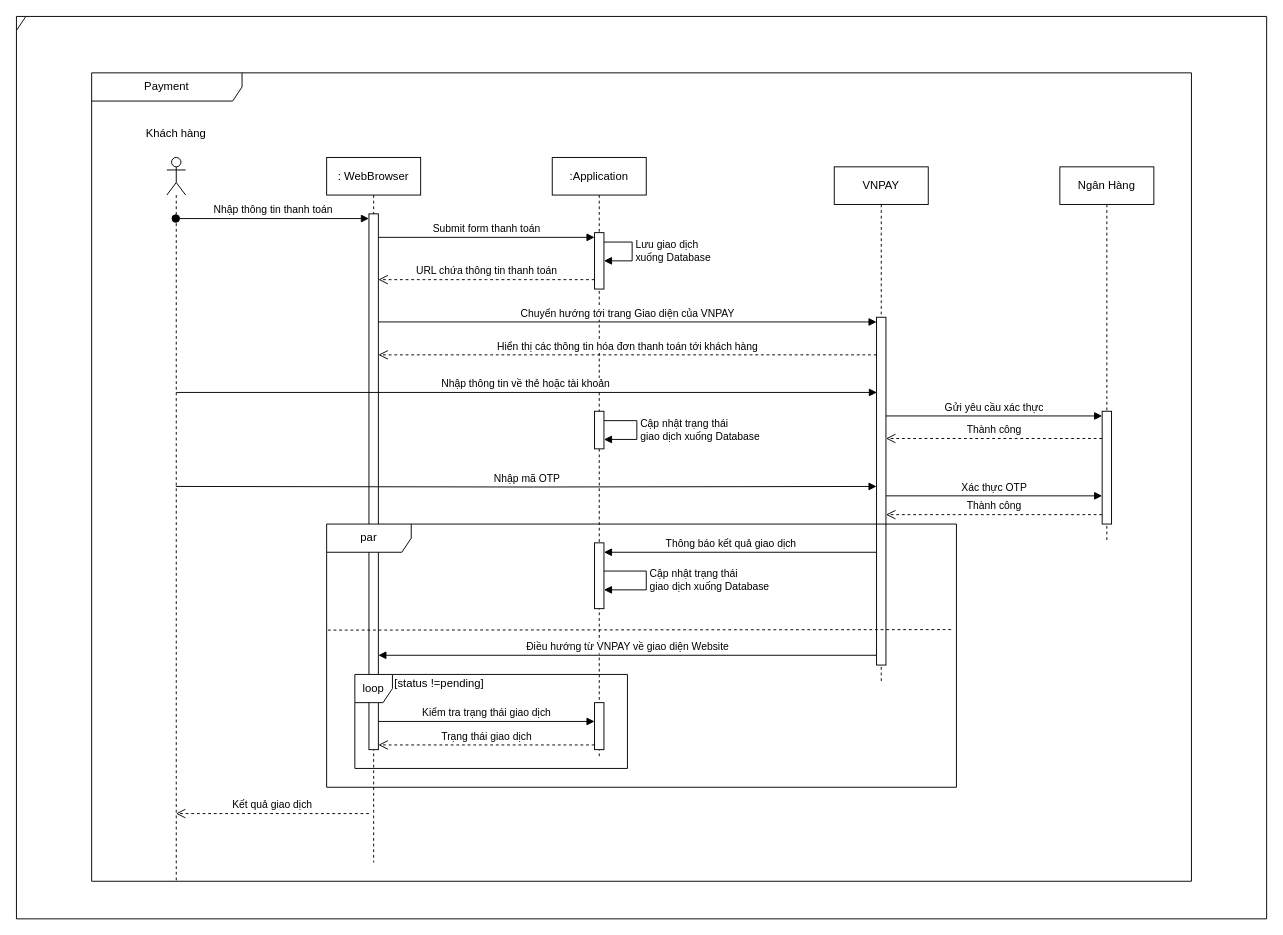
Before: Sequence Diagram/Payment.drawio in dvhAoU1374/IT3120-PTTKHT, a draw.io diagram. Source tidied: cells renumbered, new cells numbered last; positions are measured from the earlier drawing's top-left corner, leaving out a move shared by most shapes. Both pictures are drawn from the tidied source at 94%, with x=0, y=0 at pixel (16, 16).
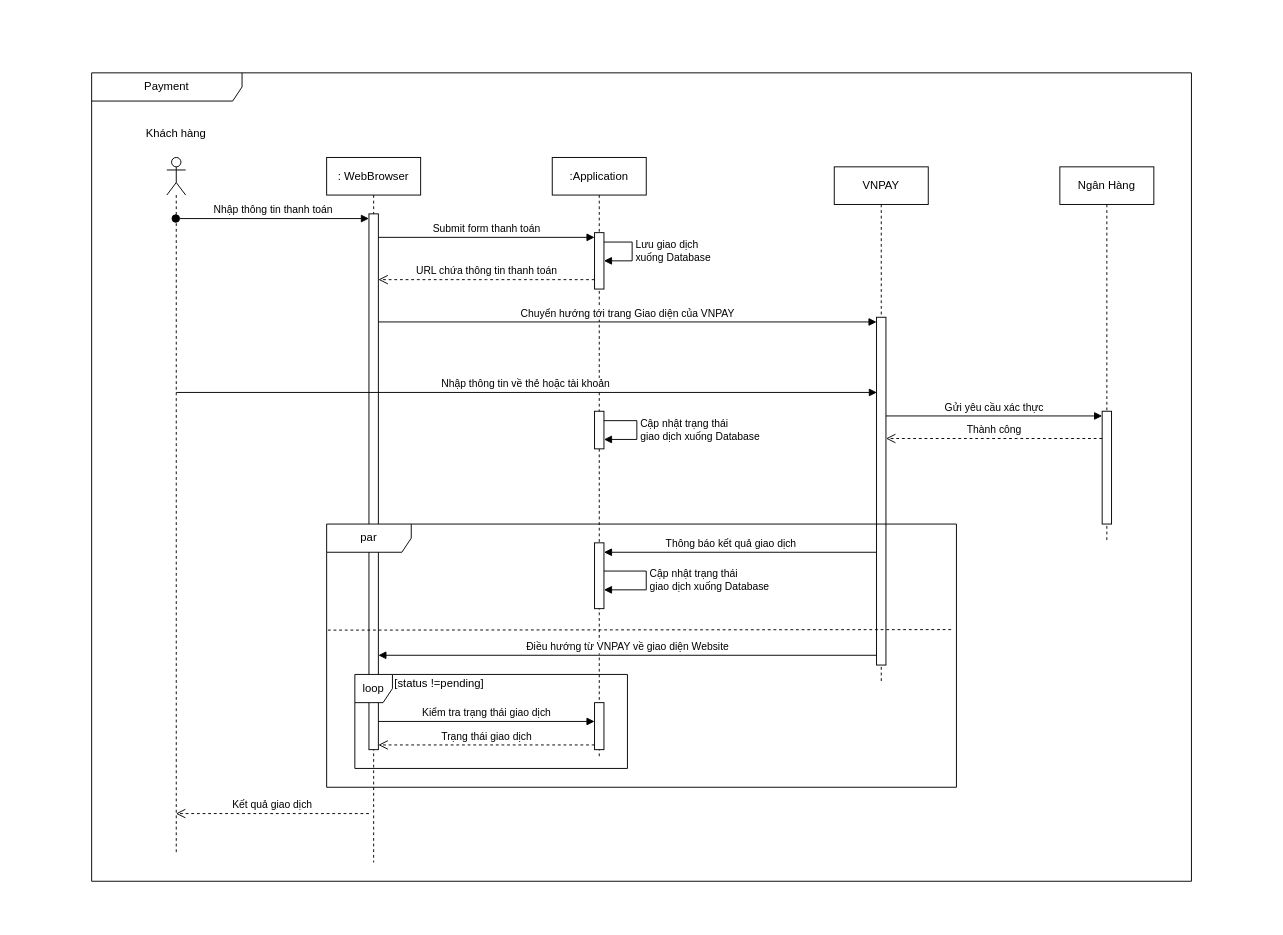
The same diagram, later.

The change refers to these unchanged cells:
```xml
<mxCell id="13" style="html=1;points=[[0,0,0,0,5],[0,1,0,0,-5],[1,0,0,0,5],[1,1,0,0,-5]];perimeter=orthogonalPerimeter;outlineConnect=0;targetShapes=umlLifeline;portConstraint=eastwest;newEdgeStyle={&quot;curved&quot;:0,&quot;rounded&quot;:0};" parent="12" vertex="1">
  <mxGeometry x="45" y="160" width="10" height="370" as="geometry" />
</mxCell>
```

Change to the diagram source:
```diff
@@
     <mxCell id="16" style="shape=umlLifeline;perimeter=lifelinePerimeter;whiteSpace=wrap;html=1;outlineConnect=0;portConstraint=eastwest;newEdgeStyle={&quot;curved&quot;:0,&quot;rounded&quot;:0};participant=umlActor;" parent="1" vertex="1">
-      <mxGeometry x="160" y="150" width="20" height="770" as="geometry" />
+      <mxGeometry x="160" y="150" width="20" height="740" as="geometry" />
     </mxCell>
@@
-    <mxCell id="35" style="shape=umlFrame;whiteSpace=wrap;html=1;width=10;height=15;" parent="1" vertex="1">
-      <mxGeometry width="1330" height="960" as="geometry" />
-    </mxCell>
-    <mxCell id="36" value="Hiển thị các thông tin hóa đơn thanh toán tới khách hàng" style="html=1;verticalAlign=bottom;endArrow=open;dashed=1;endSize=8;curved=0;rounded=0;" parent="35" edge="1" source="13">
-      <mxGeometry relative="1" as="geometry">
-        <mxPoint x="385" y="360" as="targetPoint" />
-      </mxGeometry>
-    </mxCell>
-    <mxCell id="37" value="Nhập mã OTP" style="html=1;verticalAlign=bottom;endArrow=block;curved=0;rounded=0;" parent="35" edge="1">
-      <mxGeometry relative="1" as="geometry">
-        <mxPoint x="169.6" y="500" as="sourcePoint" />
-        <mxPoint x="915" y="500" as="targetPoint" />
-        <Array as="points">
-          <mxPoint x="550" y="500.6" />
-        </Array>
-      </mxGeometry>
-    </mxCell>
-    <mxCell id="38" value="Thành công" style="html=1;verticalAlign=bottom;endArrow=open;dashed=1;endSize=8;curved=0;rounded=0;" parent="35" edge="1">
-      <mxGeometry relative="1" as="geometry">
-        <mxPoint x="1155" y="530" as="sourcePoint" />
-        <mxPoint x="925" y="530" as="targetPoint" />
-      </mxGeometry>
-    </mxCell>
-    <mxCell id="39" value="Xác thực OTP" style="html=1;verticalAlign=bottom;endArrow=block;curved=0;rounded=0;" parent="35" edge="1">
-      <mxGeometry relative="1" as="geometry">
-        <mxPoint x="925" y="510" as="sourcePoint" />
-        <mxPoint x="1155" y="510" as="targetPoint" />
-      </mxGeometry>
-    </mxCell>
```
